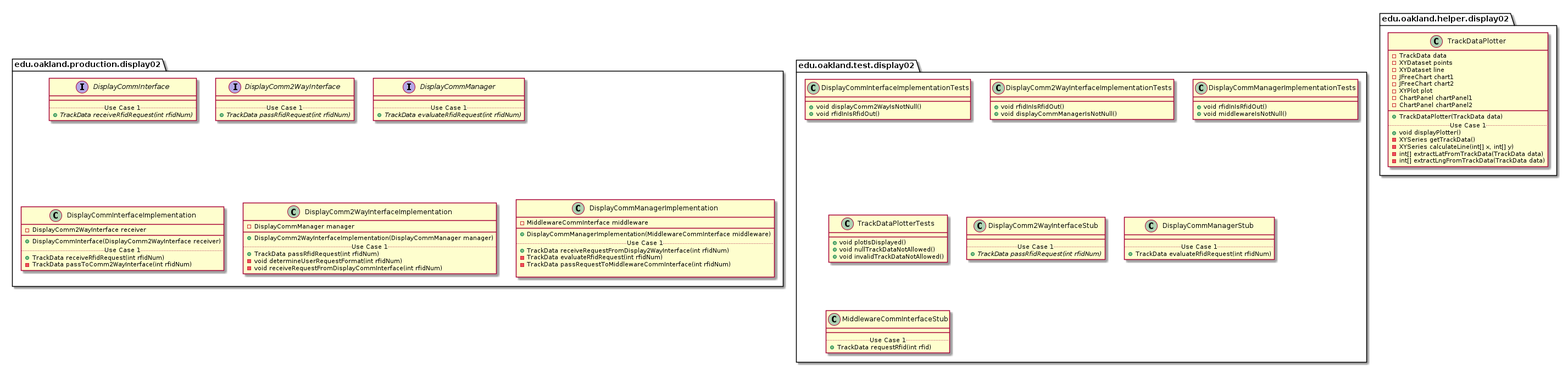
Earlier version of the PlantUML export docs/uml-class-diagrams/display02/Display02Packages.png (andrewdimmer/csi-3370-software-project).
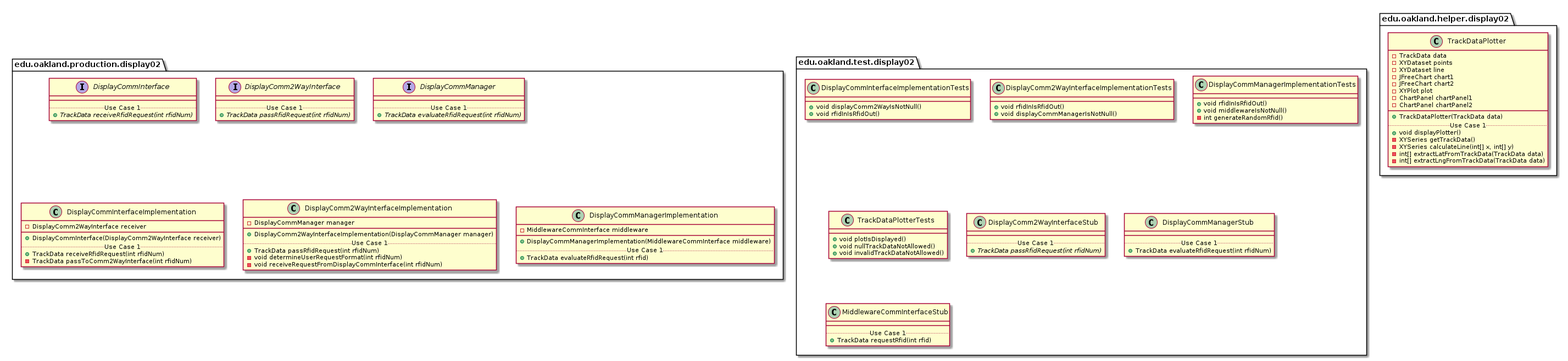
Later version of the same file.

What changed in the source:
```diff
@@ -64,10 +64,7 @@
         __
         + DisplayCommManagerImplementation(MiddlewareCommInterface middleware)
         .. Use Case 1 ..
-        + TrackData receiveRequestFromDisplay2WayInterface(int rfidNum)
-        - TrackData evaluateRfidRequest(int rfidNum)
-        - TrackData passRequestToMiddlewareCommInterface(int rfidNum)
-
+        + TrackData evaluateRfidRequest(int rfid)
     }
 }
 
@@ -99,6 +96,7 @@
     class DisplayCommManagerImplementationTests {
         + void rfidInIsRfidOut()
         + void middlewareIsNotNull()
+        - int generateRandomRfid()
     }
 }
 
```
